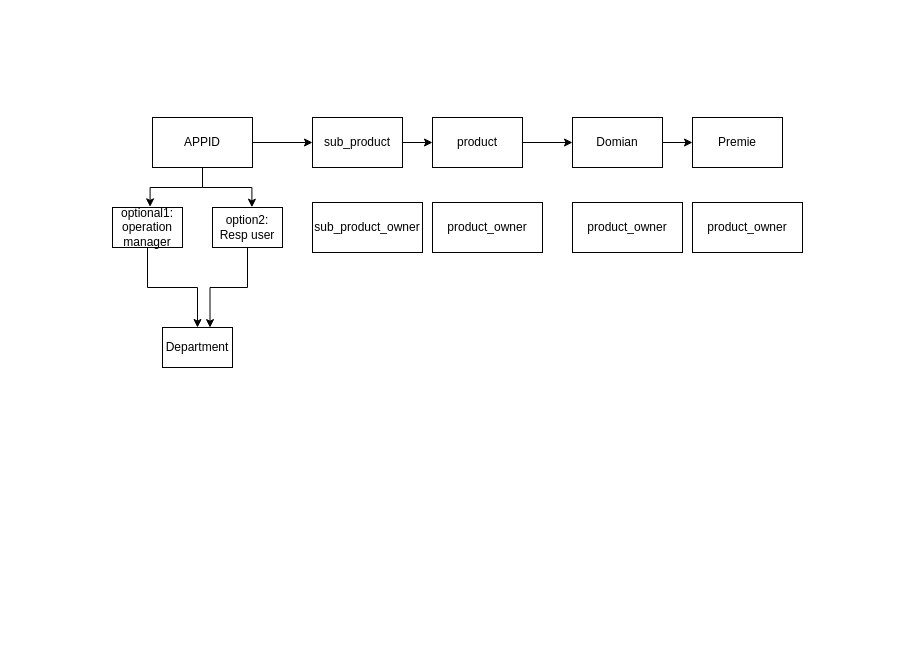
Earlier version of the draw.io diagram 未命名绘图.drawio (sjlmsj/aaa). Source tidied: cells renumbered, new cells numbered last; positions are measured from the earlier drawing's top-left corner, leaving out a move shared by most shapes. Both pictures are drawn from the tidied source at 100%, with x=0, y=0 at pixel (112, 117).
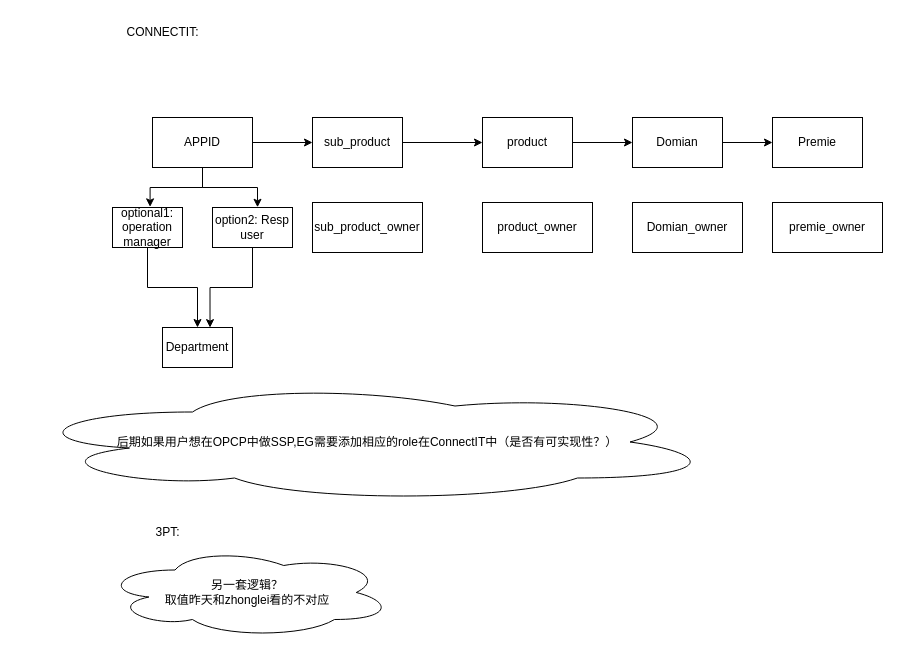
Above is the later version.

What changed in the source:
```diff
@@
     <mxCell id="7" value="option2: Resp user" style="rounded=0;whiteSpace=wrap;html=1;" parent="1" vertex="1">
-      <mxGeometry x="100" y="90" width="70" height="40" as="geometry" />
+      <mxGeometry x="100" y="90" width="80" height="40" as="geometry" />
     </mxCell>
@@
     <mxCell id="14" value="product" style="rounded=0;whiteSpace=wrap;html=1;" parent="1" vertex="1">
-      <mxGeometry x="320" width="90" height="50" as="geometry" />
+      <mxGeometry x="370" width="90" height="50" as="geometry" />
     </mxCell>
@@
     <mxCell id="16" value="product_owner" style="rounded=0;whiteSpace=wrap;html=1;" parent="1" vertex="1">
-      <mxGeometry x="320" y="85" width="110" height="50" as="geometry" />
+      <mxGeometry x="370" y="85" width="110" height="50" as="geometry" />
     </mxCell>
@@
     <mxCell id="18" value="Domian" style="rounded=0;whiteSpace=wrap;html=1;" parent="1" vertex="1">
-      <mxGeometry x="460" width="90" height="50" as="geometry" />
+      <mxGeometry x="520" width="90" height="50" as="geometry" />
     </mxCell>
     <mxCell id="19" value="Premie" style="rounded=0;whiteSpace=wrap;html=1;" parent="1" vertex="1">
-      <mxGeometry x="580" width="90" height="50" as="geometry" />
+      <mxGeometry x="660" width="90" height="50" as="geometry" />
     </mxCell>
-    <mxCell id="20" value="product_owner" style="rounded=0;whiteSpace=wrap;html=1;" parent="1" vertex="1">
-      <mxGeometry x="460" y="85" width="110" height="50" as="geometry" />
+    <mxCell id="20" value="Domian_owner" style="rounded=0;whiteSpace=wrap;html=1;" parent="1" vertex="1">
+      <mxGeometry x="520" y="85" width="110" height="50" as="geometry" />
     </mxCell>
-    <mxCell id="21" value="product_owner" style="rounded=0;whiteSpace=wrap;html=1;" parent="1" vertex="1">
-      <mxGeometry x="580" y="85" width="110" height="50" as="geometry" />
+    <mxCell id="21" value="premie_owner" style="rounded=0;whiteSpace=wrap;html=1;" parent="1" vertex="1">
+      <mxGeometry x="660" y="85" width="110" height="50" as="geometry" />
     </mxCell>
+    <mxCell id="22" value="CONNECTIT:" style="text;html=1;align=center;verticalAlign=middle;strokeColor=none;fillColor=none;" parent="1" vertex="1">
+      <mxGeometry y="-100" width="100" height="30" as="geometry" />
+    </mxCell>
+    <mxCell id="23" value="3PT:" style="text;html=1;align=center;verticalAlign=middle;strokeColor=none;fillColor=none;" parent="1" vertex="1">
+      <mxGeometry x="30" y="400" width="50" height="30" as="geometry" />
+    </mxCell>
+    <mxCell id="24" value="&lt;span style=&quot;text-wrap-mode: nowrap;&quot;&gt;另一套逻辑？&lt;/span&gt;&lt;div style=&quot;text-wrap-mode: nowrap;&quot;&gt;取值昨天和zhonglei看的不对应&lt;/div&gt;" style="ellipse;shape=cloud;whiteSpace=wrap;html=1;" parent="1" vertex="1">
+      <mxGeometry x="-10" y="430" width="290" height="90" as="geometry" />
+    </mxCell>
+    <mxCell id="25" value="&lt;span style=&quot;text-wrap-mode: nowrap;&quot;&gt;后期如果用户想在OPCP中做SSP,EG需要添加相应的role在ConnectIT中（是否有可实现性？）&lt;/span&gt;" style="ellipse;shape=cloud;whiteSpace=wrap;html=1;" parent="1" vertex="1">
+      <mxGeometry x="-95" y="264.5" width="700" height="120" as="geometry" />
+    </mxCell>
```
